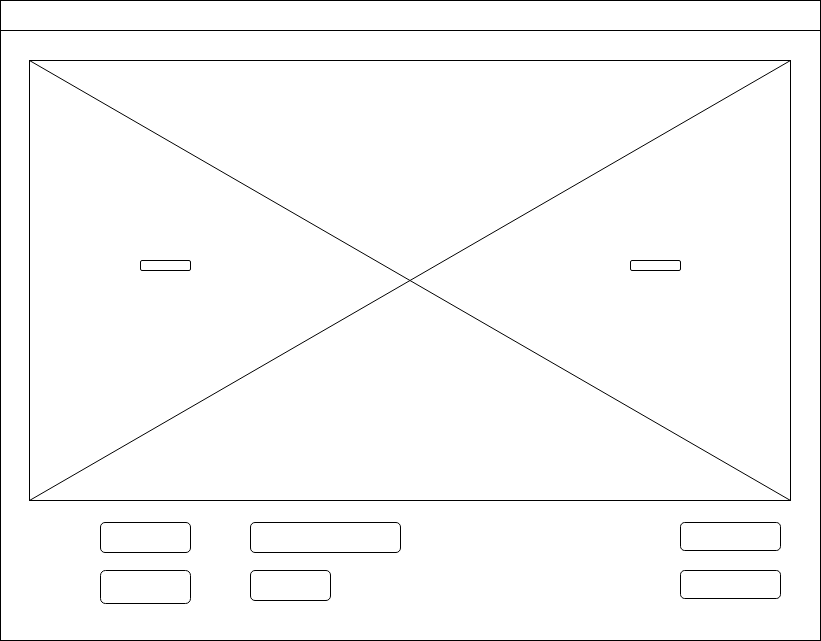
Prodiegus/Kriegspanzer keeps this draw.io diagram as Diagramas Y Modelos/vistaPartida.png. Above is the earlier version. Source tidied: cells renumbered, new cells last; positions are measured from the earlier drawing's top-left corner, leaving out a move shared by most shapes. Source of this version:
```xml
<mxGraphModel>
  <root>
    <mxCell id="0" />
    <mxCell id="1" parent="0" />
    <mxCell id="2" style="rounded=0;whiteSpace=wrap;html=1;" parent="1" vertex="1">
      <mxGeometry y="30" width="820" height="610" as="geometry" />
    </mxCell>
    <mxCell id="3" style="rounded=0;whiteSpace=wrap;html=1;" parent="1" vertex="1">
      <mxGeometry x="29" y="60" width="761" height="440" as="geometry" />
    </mxCell>
    <mxCell id="4" style="shape=collate;whiteSpace=wrap;html=1;" parent="1" vertex="1">
      <mxGeometry x="29" y="60" width="761" height="440" as="geometry" />
    </mxCell>
    <mxCell id="5" style="rounded=0;whiteSpace=wrap;html=1;" parent="1" vertex="1">
      <mxGeometry width="820" height="30" as="geometry" />
    </mxCell>
    <mxCell id="6" style="rounded=1;whiteSpace=wrap;html=1;" parent="1" vertex="1">
      <mxGeometry x="100" y="522" width="90" height="30" as="geometry" />
    </mxCell>
    <mxCell id="7" style="rounded=1;whiteSpace=wrap;html=1;" parent="1" vertex="1">
      <mxGeometry x="100" y="570" width="90" height="33" as="geometry" />
    </mxCell>
    <mxCell id="8" style="rounded=1;whiteSpace=wrap;html=1;" parent="1" vertex="1">
      <mxGeometry x="680" y="570" width="100" height="28" as="geometry" />
    </mxCell>
    <mxCell id="9" style="rounded=1;whiteSpace=wrap;html=1;" parent="1" vertex="1">
      <mxGeometry x="250" y="522" width="150" height="30" as="geometry" />
    </mxCell>
    <mxCell id="10" style="rounded=1;whiteSpace=wrap;html=1;" parent="1" vertex="1">
      <mxGeometry x="250" y="570" width="80" height="30" as="geometry" />
    </mxCell>
    <mxCell id="11" style="rounded=1;whiteSpace=wrap;html=1;" parent="1" vertex="1">
      <mxGeometry x="680" y="522" width="100" height="28" as="geometry" />
    </mxCell>
    <mxCell id="12" style="rounded=1;whiteSpace=wrap;html=1;" parent="1" vertex="1">
      <mxGeometry x="140" y="260" width="50" height="10" as="geometry" />
    </mxCell>
    <mxCell id="13" style="rounded=1;whiteSpace=wrap;html=1;" parent="1" vertex="1">
      <mxGeometry x="630" y="260" width="50" height="10" as="geometry" />
    </mxCell>
  </root>
</mxGraphModel>
```
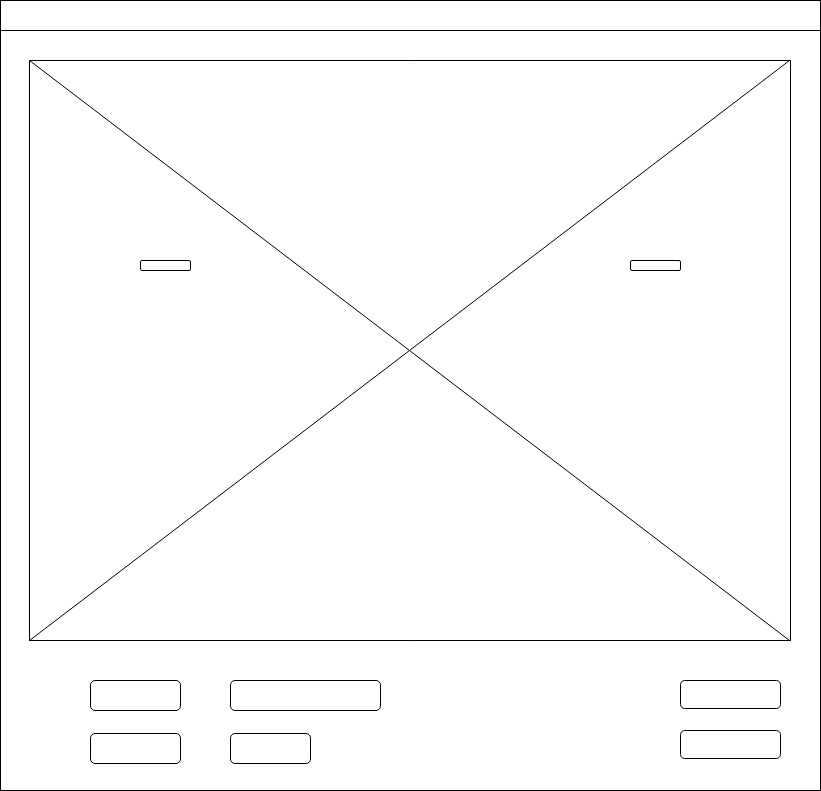
After the commit.

Change to the diagram source:
```diff
@@ -3,34 +3,31 @@
     <mxCell id="0" />
     <mxCell id="1" parent="0" />
     <mxCell id="2" style="rounded=0;whiteSpace=wrap;html=1;" parent="1" vertex="1">
-      <mxGeometry y="30" width="820" height="610" as="geometry" />
+      <mxGeometry y="30" width="820" height="760" as="geometry" />
     </mxCell>
     <mxCell id="3" style="rounded=0;whiteSpace=wrap;html=1;" parent="1" vertex="1">
-      <mxGeometry x="29" y="60" width="761" height="440" as="geometry" />
+      <mxGeometry x="29" y="60" width="761" height="580" as="geometry" />
     </mxCell>
     <mxCell id="4" style="shape=collate;whiteSpace=wrap;html=1;" parent="1" vertex="1">
-      <mxGeometry x="29" y="60" width="761" height="440" as="geometry" />
+      <mxGeometry x="29" y="60" width="760" height="580" as="geometry" />
     </mxCell>
     <mxCell id="5" style="rounded=0;whiteSpace=wrap;html=1;" parent="1" vertex="1">
       <mxGeometry width="820" height="30" as="geometry" />
     </mxCell>
     <mxCell id="6" style="rounded=1;whiteSpace=wrap;html=1;" parent="1" vertex="1">
-      <mxGeometry x="100" y="522" width="90" height="30" as="geometry" />
+      <mxGeometry x="90" y="680" width="90" height="30" as="geometry" />
     </mxCell>
-    <mxCell id="7" style="rounded=1;whiteSpace=wrap;html=1;" parent="1" vertex="1">
-      <mxGeometry x="100" y="570" width="90" height="33" as="geometry" />
-    </mxCell>
     <mxCell id="8" style="rounded=1;whiteSpace=wrap;html=1;" parent="1" vertex="1">
-      <mxGeometry x="680" y="570" width="100" height="28" as="geometry" />
+      <mxGeometry x="680" y="730" width="100" height="28" as="geometry" />
     </mxCell>
     <mxCell id="9" style="rounded=1;whiteSpace=wrap;html=1;" parent="1" vertex="1">
-      <mxGeometry x="250" y="522" width="150" height="30" as="geometry" />
+      <mxGeometry x="230" y="680" width="150" height="30" as="geometry" />
     </mxCell>
     <mxCell id="10" style="rounded=1;whiteSpace=wrap;html=1;" parent="1" vertex="1">
-      <mxGeometry x="250" y="570" width="80" height="30" as="geometry" />
+      <mxGeometry x="230" y="733" width="80" height="30" as="geometry" />
     </mxCell>
     <mxCell id="11" style="rounded=1;whiteSpace=wrap;html=1;" parent="1" vertex="1">
-      <mxGeometry x="680" y="522" width="100" height="28" as="geometry" />
+      <mxGeometry x="680" y="680" width="100" height="28" as="geometry" />
     </mxCell>
     <mxCell id="12" style="rounded=1;whiteSpace=wrap;html=1;" parent="1" vertex="1">
       <mxGeometry x="140" y="260" width="50" height="10" as="geometry" />
@@ -38,5 +35,11 @@
     <mxCell id="13" style="rounded=1;whiteSpace=wrap;html=1;" parent="1" vertex="1">
       <mxGeometry x="630" y="260" width="50" height="10" as="geometry" />
     </mxCell>
+    <mxCell id="14" style="edgeStyle=orthogonalEdgeStyle;rounded=0;orthogonalLoop=1;jettySize=auto;html=1;exitX=0.5;exitY=1;exitDx=0;exitDy=0;" parent="1" edge="1" source="8" target="8">
+      <mxGeometry relative="1" as="geometry" />
+    </mxCell>
+    <mxCell id="15" style="rounded=1;whiteSpace=wrap;html=1;" parent="1" vertex="1">
+      <mxGeometry x="90" y="733" width="90" height="30" as="geometry" />
+    </mxCell>
   </root>
 </mxGraphModel>
```
